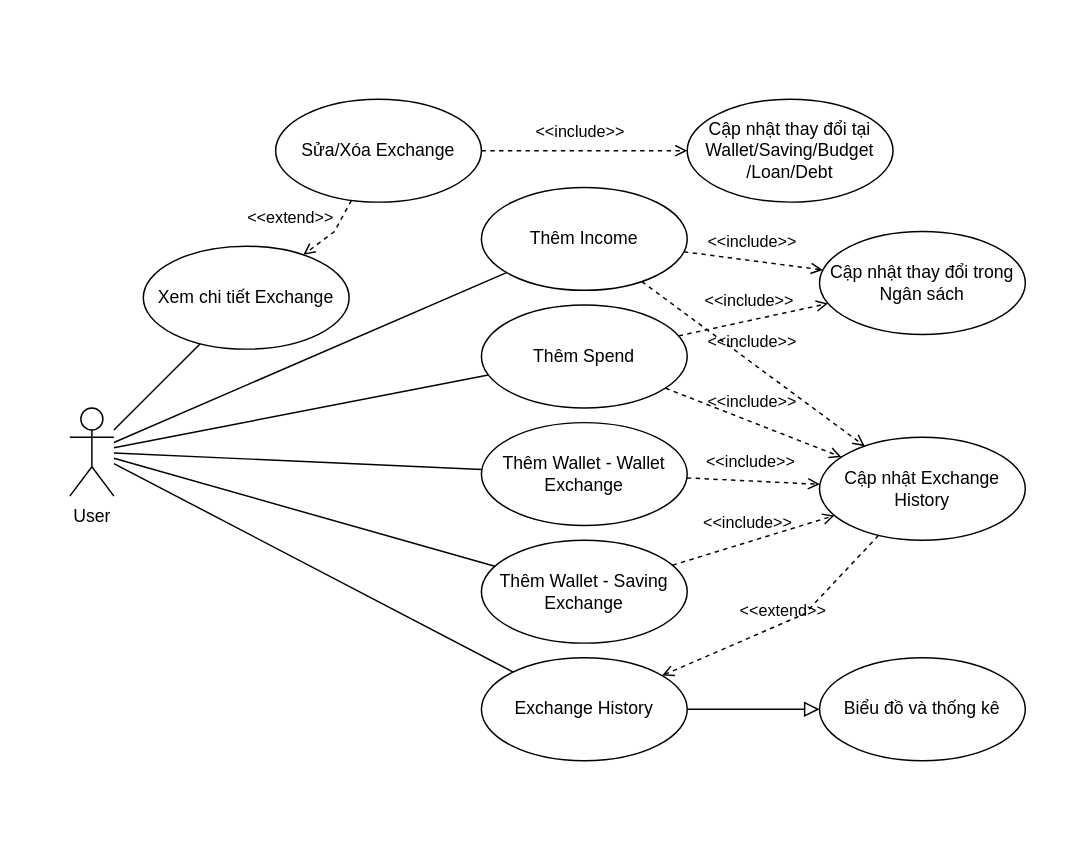
This is design UML/ExchangeManagement.drawio from vulm-neo01/financial-management, a draw.io file, before an edit. Source tidied: cells renumbered, new cells numbered last; positions are measured from the earlier drawing's top-left corner, leaving out a move shared by most shapes. Both pictures are drawn from the tidied source at 147%, with x=0, y=0 at pixel (69, 98).
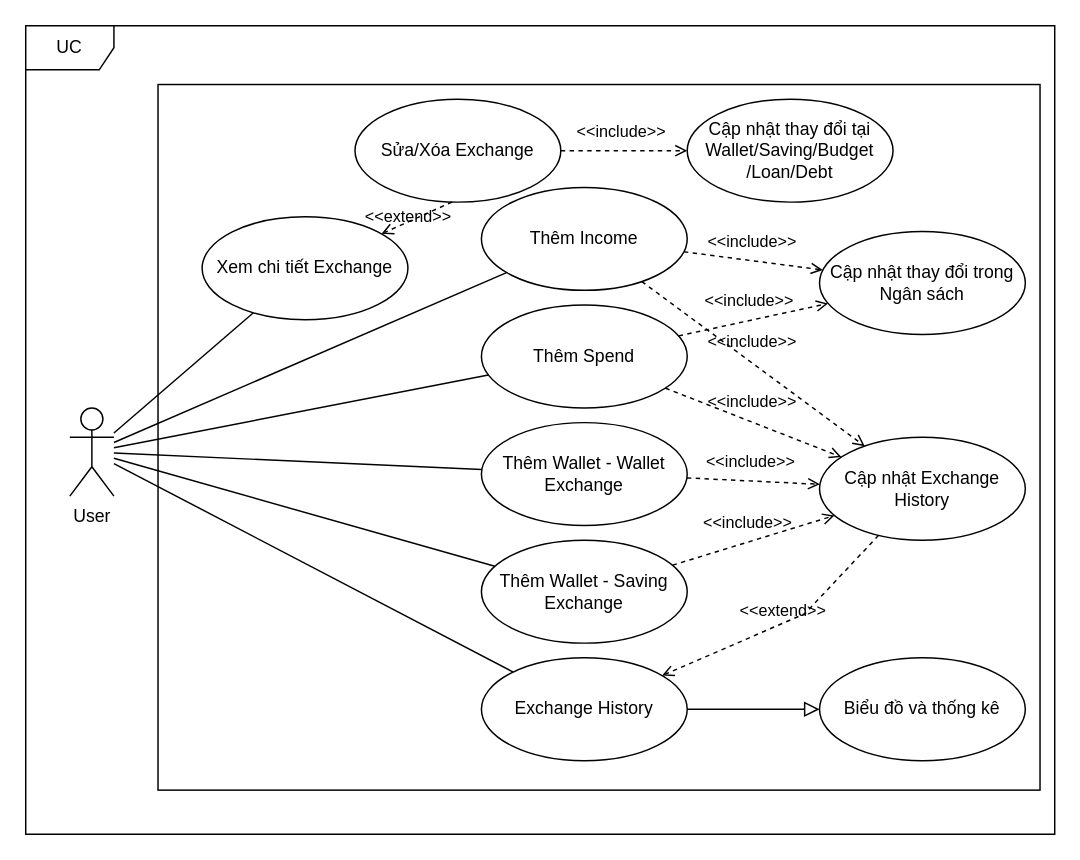
After the change.

The edit, as a diff of the source:
```diff
@@
+    <mxCell id="31" style="rounded=0;whiteSpace=wrap;html=1;" parent="1" vertex="1">
+      <mxGeometry x="60" y="-10" width="600" height="480" as="geometry" />
+    </mxCell>
@@
     <mxCell id="25" value="Xem chi tiết Exchange" style="ellipse;whiteSpace=wrap;html=1;" parent="1" vertex="1">
-      <mxGeometry x="50" y="100" width="140" height="70" as="geometry" />
+      <mxGeometry x="90" y="80" width="140" height="70" as="geometry" />
     </mxCell>
@@
     <mxCell id="27" value="Sửa/Xóa Exchange" style="ellipse;whiteSpace=wrap;html=1;" parent="1" vertex="1">
-      <mxGeometry x="140" width="140" height="70" as="geometry" />
+      <mxGeometry x="194" width="140" height="70" as="geometry" />
     </mxCell>
     <mxCell id="28" value="&amp;lt;&amp;lt;extend&amp;gt;&amp;gt;" style="html=1;verticalAlign=bottom;labelBackgroundColor=none;endArrow=open;endFill=0;dashed=1;rounded=0;" parent="1" edge="1" source="27" target="25">
-      <mxGeometry x="0.9" y="-18" relative="1" as="geometry">
+      <mxGeometry x="0.32" y="5" relative="1" as="geometry">
         <Array as="points">
-          <mxPoint x="180" y="90" />
+          <mxPoint x="260" y="70" />
         </Array>
       </mxGeometry>
     </mxCell>
@@
+    <mxCell id="32" value="UC" style="shape=umlFrame;whiteSpace=wrap;html=1;" parent="1" vertex="1">
+      <mxGeometry x="-30" y="-50" width="700" height="550" as="geometry" />
+    </mxCell>
```
